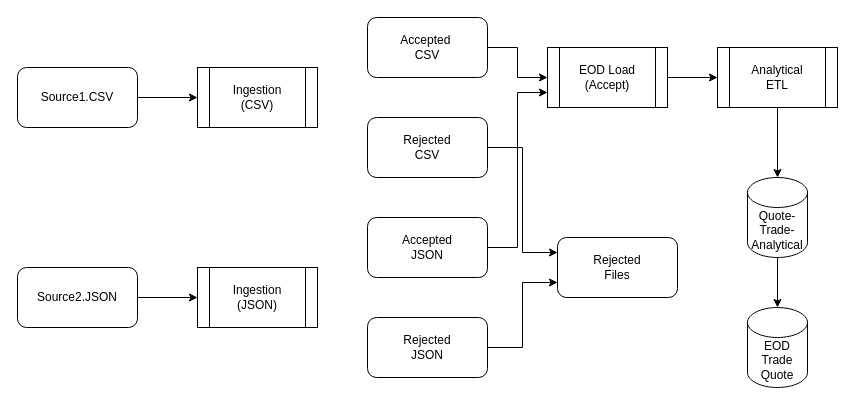
This is Guided_Capstone_17.2/Design_architecture_design.drawio from shrutipatel-data/Springboard, a draw.io file, before an edit. Source tidied: cells renumbered, new cells numbered last; positions are measured from the earlier drawing's top-left corner, leaving out a move shared by most shapes. Both pictures are drawn from the tidied source at 100%, with x=0, y=0 at pixel (17, 17).
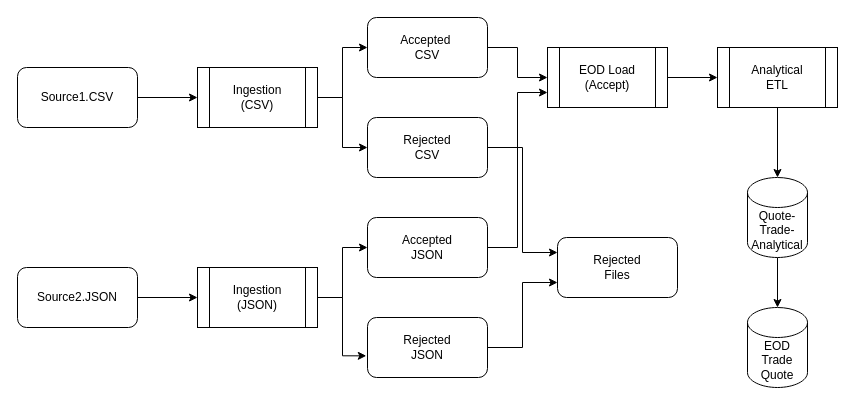
After the change.

Commit message (it also covers changes not shown here):
Design architecture

The change refers to these unchanged cells:
```xml
<mxCell id="10" value="Accepted&amp;nbsp;&lt;br&gt;CSV" style="rounded=1;whiteSpace=wrap;html=1;" parent="1" vertex="1">
  <mxGeometry x="350" width="120" height="60" as="geometry" />
</mxCell>
<mxCell id="12" value="Rejected &lt;br&gt;CSV" style="rounded=1;whiteSpace=wrap;html=1;" parent="1" vertex="1">
  <mxGeometry x="350" y="100" width="120" height="60" as="geometry" />
</mxCell>
<mxCell id="14" value="Accepted &lt;br&gt;JSON" style="rounded=1;whiteSpace=wrap;html=1;" parent="1" vertex="1">
  <mxGeometry x="350" y="200" width="120" height="60" as="geometry" />
</mxCell>
<mxCell id="16" value="Rejected &lt;br&gt;JSON" style="rounded=1;whiteSpace=wrap;html=1;" parent="1" vertex="1">
  <mxGeometry x="350" y="300" width="120" height="60" as="geometry" />
</mxCell>
<mxCell id="18" value="Ingestion&lt;br&gt;(JSON)" style="shape=process;whiteSpace=wrap;html=1;backgroundOutline=1;" parent="1" vertex="1">
  <mxGeometry x="180" y="250" width="120" height="60" as="geometry" />
</mxCell>
<mxCell id="19" value="Ingestion&lt;br&gt;(CSV)" style="shape=process;whiteSpace=wrap;html=1;backgroundOutline=1;" parent="1" vertex="1">
  <mxGeometry x="180" y="50" width="120" height="60" as="geometry" />
</mxCell>
```

The edit, as a diff of the source:
```diff
@@
+    <mxCell id="24" style="edgeStyle=orthogonalEdgeStyle;rounded=0;jettySize=auto;html=1;entryX=0;entryY=0.5;entryDx=0;entryDy=0;" parent="1" edge="1" source="18" target="14">
+      <mxGeometry relative="1" as="geometry" />
+    </mxCell>
+    <mxCell id="25" style="edgeStyle=orthogonalEdgeStyle;rounded=0;jettySize=auto;html=1;entryX=-0.01;entryY=0.639;entryDx=0;entryDy=0;entryPerimeter=0;" parent="1" edge="1" source="18" target="16">
+      <mxGeometry relative="1" as="geometry" />
+    </mxCell>
@@
+    <mxCell id="26" style="edgeStyle=orthogonalEdgeStyle;rounded=0;jettySize=auto;html=1;entryX=0;entryY=0.5;entryDx=0;entryDy=0;" parent="1" edge="1" source="19" target="10">
+      <mxGeometry relative="1" as="geometry" />
+    </mxCell>
+    <mxCell id="27" style="edgeStyle=orthogonalEdgeStyle;rounded=0;jettySize=auto;html=1;entryX=0;entryY=0.5;entryDx=0;entryDy=0;" parent="1" edge="1" source="19" target="12">
+      <mxGeometry relative="1" as="geometry" />
+    </mxCell>
```
